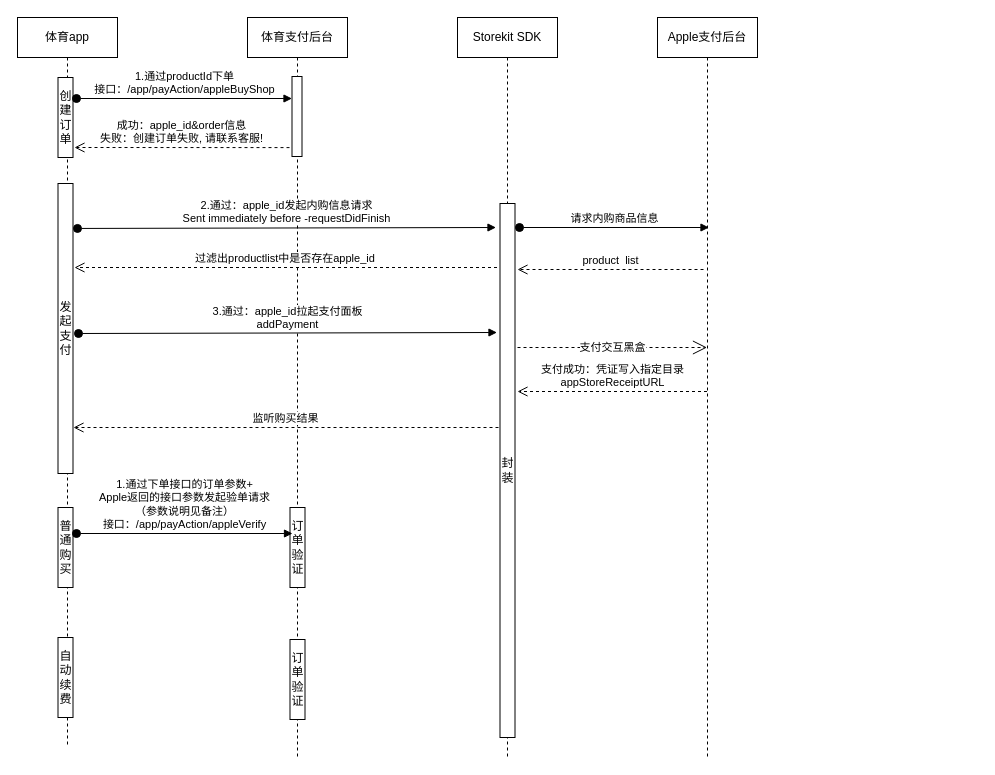
wanjj8023/whl keeps this draw.io diagram as 未命名绘图.drawio. Above is the earlier version. Source tidied: cells renumbered, new cells numbered last; positions are measured from the earlier drawing's top-left corner, leaving out a move shared by most shapes. Both pictures are drawn from the tidied source at 100%, with x=0, y=0 at pixel (17, 17).
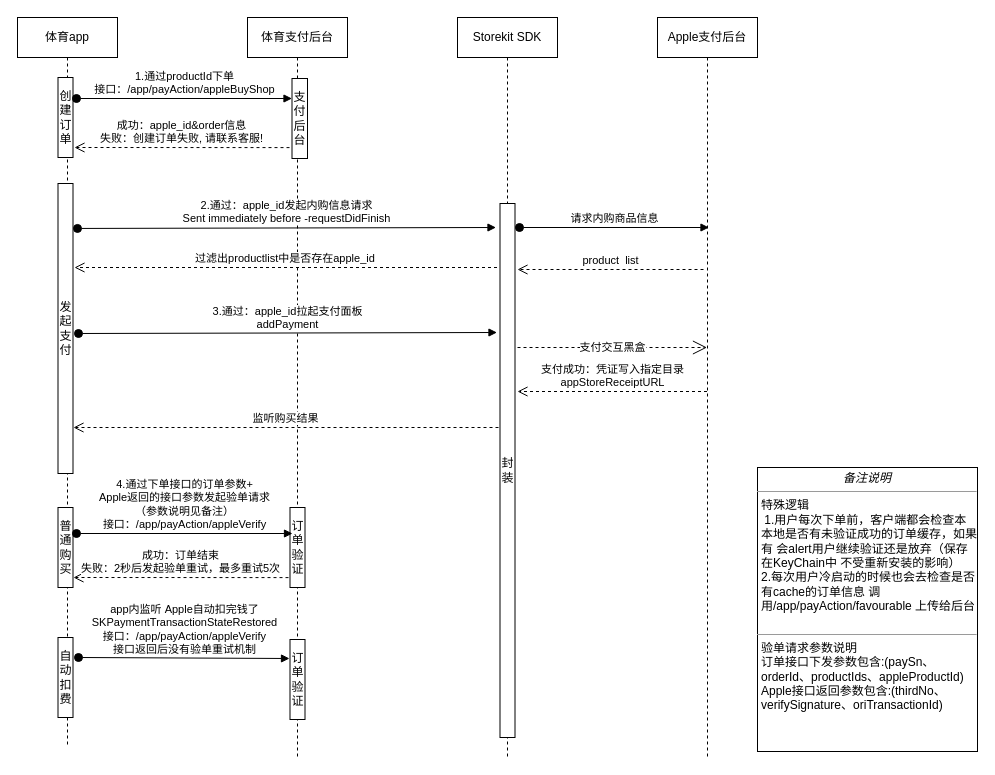
After the change.

Unchanged cells that the change refers to:
```xml
<mxCell id="2" value="体育app" style="shape=umlLifeline;perimeter=lifelinePerimeter;whiteSpace=wrap;html=1;newEdgeStyle={&quot;curved&quot;:0,&quot;rounded&quot;:0};" parent="1" vertex="1">
  <mxGeometry width="100" height="730" as="geometry" />
</mxCell>
<mxCell id="7" value="体育支付后台" style="shape=umlLifeline;perimeter=lifelinePerimeter;whiteSpace=wrap;html=1;newEdgeStyle={&quot;curved&quot;:0,&quot;rounded&quot;:0};" parent="1" vertex="1">
  <mxGeometry x="230" width="100" height="740" as="geometry" />
</mxCell>
```

Change to the diagram source:
```diff
@@
-    <mxCell id="6" value="自&lt;br&gt;动&lt;br&gt;续&lt;br&gt;费" style="html=1;perimeter=orthogonalPerimeter;targetShapes=umlLifeline;newEdgeStyle={&quot;curved&quot;:0,&quot;rounded&quot;:0};" parent="2" vertex="1">
+    <mxCell id="6" value="自&lt;br&gt;动&lt;br&gt;扣&lt;br&gt;费" style="html=1;perimeter=orthogonalPerimeter;targetShapes=umlLifeline;newEdgeStyle={&quot;curved&quot;:0,&quot;rounded&quot;:0};" parent="2" vertex="1">
       <mxGeometry x="40.5" y="620" width="15" height="80" as="geometry" />
     </mxCell>
@@
-    <mxCell id="8" style="html=1;points=[[0,0,0,0,5],[0,1,0,0,-5],[1,0,0,0,5],[1,1,0,0,-5]];perimeter=orthogonalPerimeter;outlineConnect=0;targetShapes=umlLifeline;portConstraint=eastwest;newEdgeStyle={&quot;curved&quot;:0,&quot;rounded&quot;:0};" parent="7" vertex="1">
-      <mxGeometry x="44.5" y="59" width="10" height="80" as="geometry" />
+    <mxCell id="8" value="支&lt;br&gt;付&lt;br&gt;后&lt;br&gt;台" style="html=1;points=[[0,0,0,0,5],[0,1,0,0,-5],[1,0,0,0,5],[1,1,0,0,-5]];perimeter=orthogonalPerimeter;outlineConnect=0;targetShapes=umlLifeline;portConstraint=eastwest;newEdgeStyle={&quot;curved&quot;:0,&quot;rounded&quot;:0};" parent="7" vertex="1">
+      <mxGeometry x="44.5" y="61" width="15.5" height="80" as="geometry" />
     </mxCell>
@@
-    <mxCell id="24" value="1.通过下单接口的订单参数+&lt;br&gt;Apple返回的接口参数发起验单请求&lt;br&gt;（参数说明见备注）&lt;br&gt;接口：/app/payAction/appleVerify" style="html=1;verticalAlign=bottom;startArrow=oval;startFill=1;endArrow=block;startSize=8;curved=0;rounded=0;" parent="1" edge="1">
+    <mxCell id="24" value="4.通过下单接口的订单参数+&lt;br&gt;Apple返回的接口参数发起验单请求&lt;br&gt;（参数说明见备注）&lt;br&gt;接口：/app/payAction/appleVerify" style="html=1;verticalAlign=bottom;startArrow=oval;startFill=1;endArrow=block;startSize=8;curved=0;rounded=0;" parent="1" edge="1">
       <mxGeometry relative="1" as="geometry">
         <mxPoint x="59" y="516" as="sourcePoint" />
         <mxPoint x="275" y="516" as="targetPoint" />
       </mxGeometry>
     </mxCell>
+    <mxCell id="25" value="&lt;p style=&quot;margin:0px;margin-top:4px;text-align:center;&quot;&gt;&lt;i&gt;备注说明&lt;/i&gt;&lt;/p&gt;&lt;hr size=&quot;1&quot;&gt;&lt;p style=&quot;margin:0px;margin-left:4px;&quot;&gt;特殊逻辑&lt;br&gt;&amp;nbsp;1.用户每次下单前，客户端都会检查本本地是否有未验证成功的订单缓存，如果有 会alert用户继续验证还是放弃（保存在KeyChain中 不受重新安装的影响&lt;span style=&quot;background-color: initial;&quot;&gt;）&lt;br&gt;2.每次用户冷启动的时候也会去检查是否有cache的订单信息 调用&lt;/span&gt;/app/payAction/favourable 上传给后台&lt;br&gt;&lt;br&gt;&lt;/p&gt;&lt;hr size=&quot;1&quot;&gt;&lt;p style=&quot;margin:0px;margin-left:4px;&quot;&gt;验单请求参数说明&lt;br&gt;订单接口下发参数包含:(paySn、orderId、productIds、appleProductId&lt;span style=&quot;background-color: initial;&quot;&gt;)&lt;/span&gt;&lt;/p&gt;&lt;p style=&quot;margin:0px;margin-left:4px;&quot;&gt;Apple接口返回参数包含:(thirdNo、verifySignature、oriTransactionId&lt;span style=&quot;background-color: initial;&quot;&gt;)&lt;/span&gt;&lt;/p&gt;" style="verticalAlign=top;align=left;overflow=fill;fontSize=12;fontFamily=Helvetica;html=1;whiteSpace=wrap;" parent="1" vertex="1">
+      <mxGeometry x="740" y="450" width="220" height="284" as="geometry" />
+    </mxCell>
+    <mxCell id="26" value="成功：订单结束&lt;br&gt;失败：2秒后发起验单重试，最多重试5次" style="html=1;verticalAlign=bottom;endArrow=open;dashed=1;endSize=8;curved=0;rounded=0;exitX=0.5;exitY=0.271;exitDx=0;exitDy=0;exitPerimeter=0;" parent="1" edge="1">
+      <mxGeometry relative="1" as="geometry">
+        <mxPoint x="271" y="560.1" as="sourcePoint" />
+        <mxPoint x="56" y="560" as="targetPoint" />
+      </mxGeometry>
+    </mxCell>
+    <mxCell id="27" value="app内监听 Apple自动扣完钱了&lt;br&gt;SKPaymentTransactionStateRestored&lt;br&gt;接口：/app/payAction/appleVerify &lt;br&gt;接口返回后没有验单重试机制" style="html=1;verticalAlign=bottom;startArrow=oval;startFill=1;endArrow=block;startSize=8;curved=0;rounded=0;" parent="1" edge="1">
+      <mxGeometry relative="1" as="geometry">
+        <mxPoint x="61" y="640" as="sourcePoint" />
+        <mxPoint x="272" y="641" as="targetPoint" />
+      </mxGeometry>
+    </mxCell>
```
